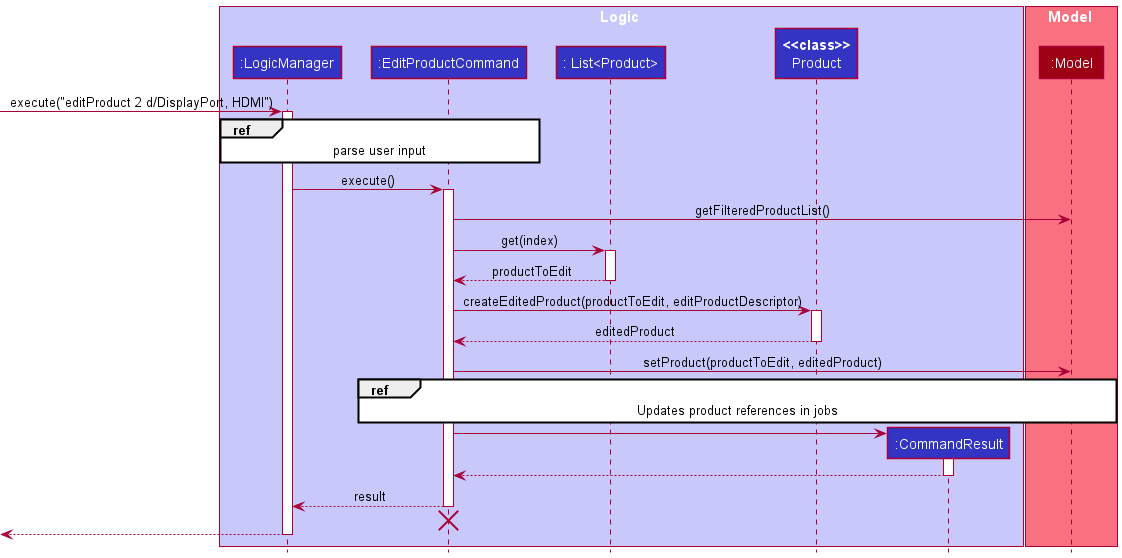
ooawagaeri/tp keeps this PlantUML diagram as docs/images/product/EditProductSequenceDiagram.png. Above is the earlier version. Source of this version:
```plantuml
@startuml
!include ../style.puml

box Logic LOGIC_COLOR_T1
participant ":LogicManager" as LogicManager LOGIC_COLOR
participant ":EditProductCommand" as EditProductCommand LOGIC_COLOR
participant ": List<Product>" as ListProduct LOGIC_COLOR
participant "**<<class>>**\nProduct" as Product LOGIC_COLOR
participant ":CommandResult" as CommandResult LOGIC_COLOR
end box

box Model MODEL_COLOR_T1
participant ":Model" as Model MODEL_COLOR
end box

[-> LogicManager : execute("editProduct 2 d/DisplayPort, HDMI")
activate LogicManager

ref over LogicManager, EditProductCommand : parse user input

LogicManager -> EditProductCommand : execute()

activate EditProductCommand

EditProductCommand -> Model : getFilteredProductList()

EditProductCommand -> ListProduct : get(index)
activate ListProduct
ListProduct --> EditProductCommand : productToEdit
deactivate ListProduct

EditProductCommand -> Product : createEditedProduct(productToEdit, editProductDescriptor)
activate Product
Product --> EditProductCommand : editedProduct
deactivate Product

EditProductCommand -> Model : setProduct(productToEdit, editedProduct)

ref over EditProductCommand, Model : Updates product references in jobs

create CommandResult
EditProductCommand -> CommandResult
activate CommandResult

CommandResult --> EditProductCommand
deactivate CommandResult

EditProductCommand --> LogicManager : result
deactivate EditProductCommand

EditProductCommand -[hidden]-> LogicManager
destroy EditProductCommand

[<--LogicManager
deactivate LogicManager
@enduml
```
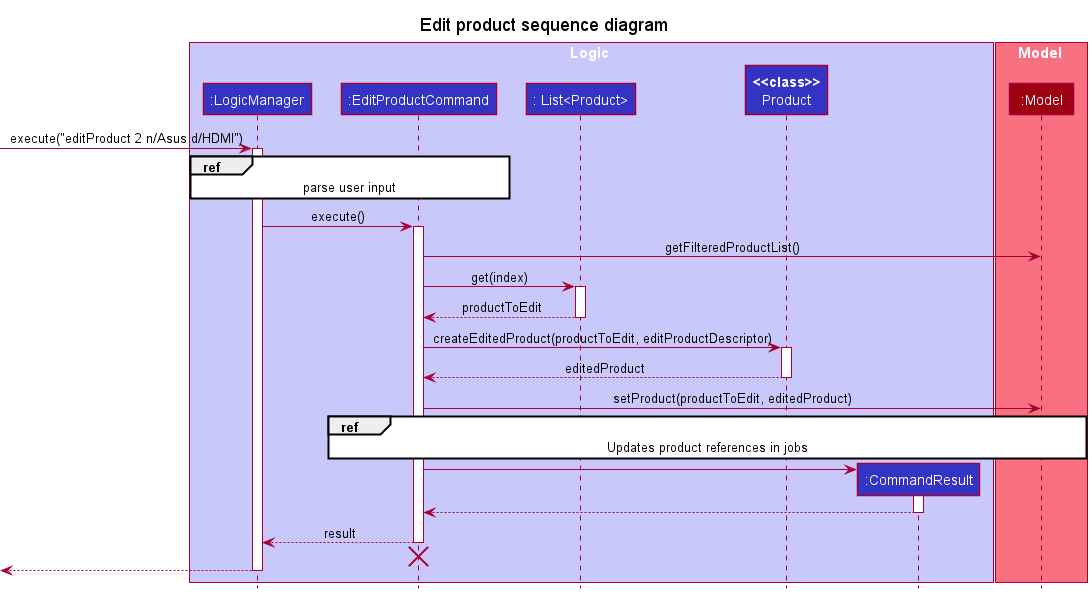
After the commit.

Change to the diagram source:
```diff
@@ -1,5 +1,6 @@
 @startuml
 !include ../style.puml
+title Edit product sequence diagram
 
 box Logic LOGIC_COLOR_T1
 participant ":LogicManager" as LogicManager LOGIC_COLOR
@@ -13,7 +14,7 @@
 participant ":Model" as Model MODEL_COLOR
 end box
 
-[-> LogicManager : execute("editProduct 2 d/DisplayPort, HDMI")
+[-> LogicManager : execute("editProduct 2 n/Asus d/HDMI")
 activate LogicManager
 
 ref over LogicManager, EditProductCommand : parse user input
```
